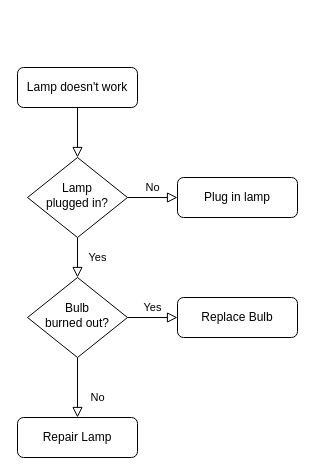
This is Uninpahu Diagrams/Quality Metricals/Compute Standard Desviation.drawio from Johanbeltranramirez/DiagramsRepository, a draw.io file, before an edit. Source tidied: cells renumbered, new cells numbered last; positions are measured from the earlier drawing's top-left corner, leaving out a move shared by most shapes. Both pictures are drawn from the tidied source at 100%, with x=0, y=0 at pixel (17, 67).
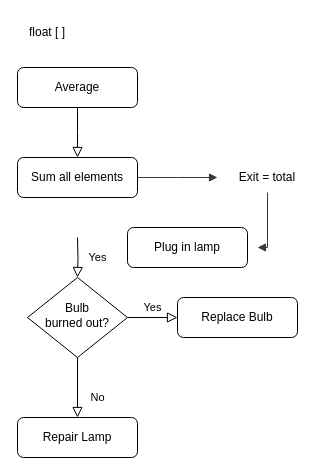
The same diagram, later.

The edit, as a diff of the source:
```diff
@@
 <mxGraphModel>
   <root>
     <mxCell id="0" />
     <mxCell id="1" parent="0" />
-    <mxCell id="2" style="rounded=0;html=1;jettySize=auto;fontSize=11;endArrow=block;endFill=0;endSize=8;strokeWidth=1;shadow=0;labelBackgroundColor=none;edgeStyle=orthogonalEdgeStyle;" parent="1" edge="1" source="3" target="6">
-      <mxGeometry relative="1" as="geometry" />
+    <mxCell id="2" style="rounded=0;html=1;jettySize=auto;fontSize=11;endArrow=block;endFill=0;endSize=8;strokeWidth=1;shadow=0;labelBackgroundColor=none;edgeStyle=orthogonalEdgeStyle;" parent="1" edge="1" source="3">
+      <mxGeometry relative="1" as="geometry">
+        <mxPoint x="60" y="90" as="targetPoint" />
+      </mxGeometry>
     </mxCell>
-    <mxCell id="3" value="Lamp doesn't work" style="rounded=1;whiteSpace=wrap;html=1;fontSize=12;glass=0;strokeWidth=1;shadow=0;" parent="1" vertex="1">
+    <mxCell id="3" value="Average" style="rounded=1;whiteSpace=wrap;html=1;fontSize=12;glass=0;strokeWidth=1;shadow=0;" parent="1" vertex="1">
       <mxGeometry width="120" height="40" as="geometry" />
     </mxCell>
-    <mxCell id="4" value="Yes" style="rounded=0;html=1;jettySize=auto;fontSize=11;endArrow=block;endFill=0;endSize=8;strokeWidth=1;shadow=0;labelBackgroundColor=none;edgeStyle=orthogonalEdgeStyle;" parent="1" edge="1" source="6" target="10">
-      <mxGeometry y="20" relative="1" as="geometry" />
+    <mxCell id="4" value="Yes" style="rounded=0;html=1;jettySize=auto;fontSize=11;endArrow=block;endFill=0;endSize=8;strokeWidth=1;shadow=0;labelBackgroundColor=none;edgeStyle=orthogonalEdgeStyle;" parent="1" edge="1" target="10">
+      <mxGeometry y="20" relative="1" as="geometry">
+        <mxPoint x="60" y="170" as="sourcePoint" />
+      </mxGeometry>
     </mxCell>
-    <mxCell id="5" value="No" style="edgeStyle=orthogonalEdgeStyle;rounded=0;html=1;jettySize=auto;fontSize=11;endArrow=block;endFill=0;endSize=8;strokeWidth=1;shadow=0;labelBackgroundColor=none;" parent="1" edge="1" source="6" target="7">
-      <mxGeometry y="10" relative="1" as="geometry" />
+    <mxCell id="5" style="edgeStyle=orthogonalEdgeStyle;rounded=0;html=1;jettySize=auto;fontSize=11;endArrow=block;endFill=1;strokeWidth=1;shadow=0;labelBackgroundColor=none;exitX=1;exitY=0.5;exitDx=0;exitDy=0;fillColor=#cce5ff;strokeColor=#36393d;" parent="1" edge="1" source="14">
+      <mxGeometry y="10" relative="1" as="geometry">
+        <mxPoint x="200" y="110" as="targetPoint" />
+      </mxGeometry>
     </mxCell>
-    <mxCell id="6" value="Lamp&lt;br&gt;plugged in?" style="rhombus;whiteSpace=wrap;html=1;shadow=0;fontFamily=Helvetica;fontSize=12;align=center;strokeWidth=1;spacing=6;spacingTop=-4;" parent="1" vertex="1">
-      <mxGeometry x="10" y="90" width="100" height="80" as="geometry" />
-    </mxCell>
     <mxCell id="7" value="Plug in lamp" style="rounded=1;whiteSpace=wrap;html=1;fontSize=12;glass=0;strokeWidth=1;shadow=0;" parent="1" vertex="1">
-      <mxGeometry x="160" y="110" width="120" height="40" as="geometry" />
+      <mxGeometry x="110" y="160" width="120" height="40" as="geometry" />
     </mxCell>
     <mxCell id="8" value="No" style="rounded=0;html=1;jettySize=auto;fontSize=11;endArrow=block;endFill=0;endSize=8;strokeWidth=1;shadow=0;labelBackgroundColor=none;edgeStyle=orthogonalEdgeStyle;" parent="1" edge="1" source="10" target="11">
       <mxGeometry x="0.33" y="20" relative="1" as="geometry" />
     </mxCell>
     <mxCell id="9" value="Yes" style="edgeStyle=orthogonalEdgeStyle;rounded=0;html=1;jettySize=auto;fontSize=11;endArrow=block;endFill=0;endSize=8;strokeWidth=1;shadow=0;labelBackgroundColor=none;" parent="1" edge="1" source="10" target="12">
       <mxGeometry y="10" relative="1" as="geometry" />
     </mxCell>
     <mxCell id="10" value="Bulb&lt;br&gt;burned out?" style="rhombus;whiteSpace=wrap;html=1;shadow=0;fontFamily=Helvetica;fontSize=12;align=center;strokeWidth=1;spacing=6;spacingTop=-4;" parent="1" vertex="1">
       <mxGeometry x="10" y="210" width="100" height="80" as="geometry" />
     </mxCell>
     <mxCell id="11" value="Repair Lamp" style="rounded=1;whiteSpace=wrap;html=1;fontSize=12;glass=0;strokeWidth=1;shadow=0;" parent="1" vertex="1">
       <mxGeometry y="350" width="120" height="40" as="geometry" />
     </mxCell>
     <mxCell id="12" value="Replace Bulb" style="rounded=1;whiteSpace=wrap;html=1;fontSize=12;glass=0;strokeWidth=1;shadow=0;" parent="1" vertex="1">
       <mxGeometry x="160" y="230" width="120" height="40" as="geometry" />
     </mxCell>
+    <mxCell id="13" value="float [ ]" style="text;html=1;align=center;verticalAlign=middle;whiteSpace=wrap;rounded=0;" parent="1" vertex="1">
+      <mxGeometry y="-50" width="60" height="30" as="geometry" />
+    </mxCell>
+    <mxCell id="14" value="Sum all elements" style="rounded=1;whiteSpace=wrap;html=1;fontSize=12;glass=0;strokeWidth=1;shadow=0;" parent="1" vertex="1">
+      <mxGeometry y="90" width="120" height="40" as="geometry" />
+    </mxCell>
+    <mxCell id="15" value="Exit = total" style="text;html=1;align=center;verticalAlign=middle;whiteSpace=wrap;rounded=0;" parent="1" vertex="1">
+      <mxGeometry x="220" y="95" width="60" height="30" as="geometry" />
+    </mxCell>
+    <mxCell id="16" style="edgeStyle=orthogonalEdgeStyle;rounded=0;html=1;jettySize=auto;fontSize=11;endArrow=block;endFill=1;strokeWidth=1;shadow=0;labelBackgroundColor=none;exitX=0.5;exitY=1;exitDx=0;exitDy=0;fillColor=#cce5ff;strokeColor=#36393d;" parent="1" edge="1" source="15">
+      <mxGeometry y="10" relative="1" as="geometry">
+        <mxPoint x="240" y="180" as="targetPoint" />
+        <Array as="points">
+          <mxPoint x="250" y="180" />
+        </Array>
+      </mxGeometry>
+    </mxCell>
   </root>
 </mxGraphModel>
```
